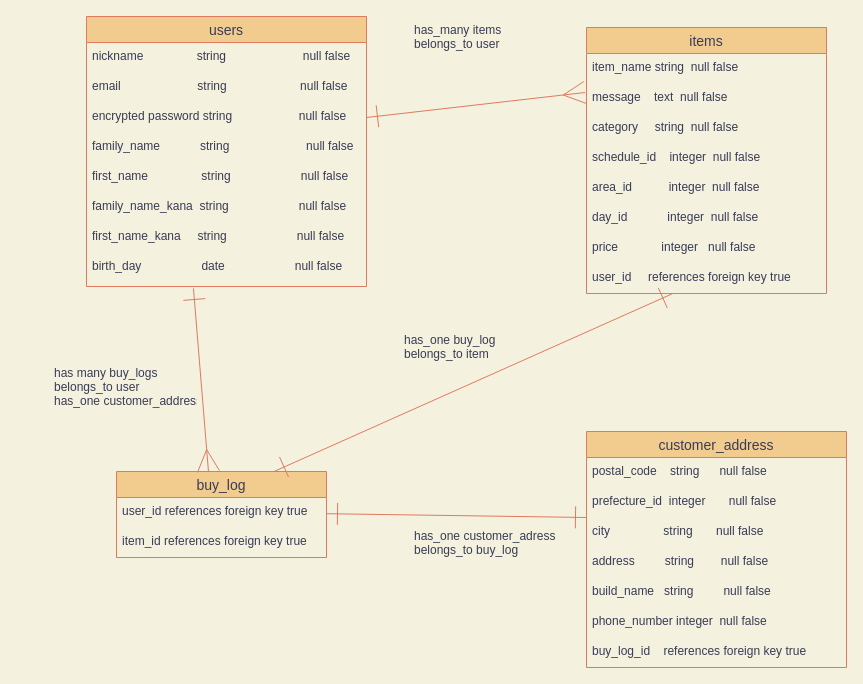
yuyakiso/furima_33001 keeps this draw.io diagram as db.dio. Above is the earlier version. Source tidied: cells renumbered, new cells numbered last; positions are measured from the earlier drawing's top-left corner, leaving out a move shared by most shapes. Both pictures are drawn from the tidied source at 100%, with x=0, y=0 at pixel (16, 16).
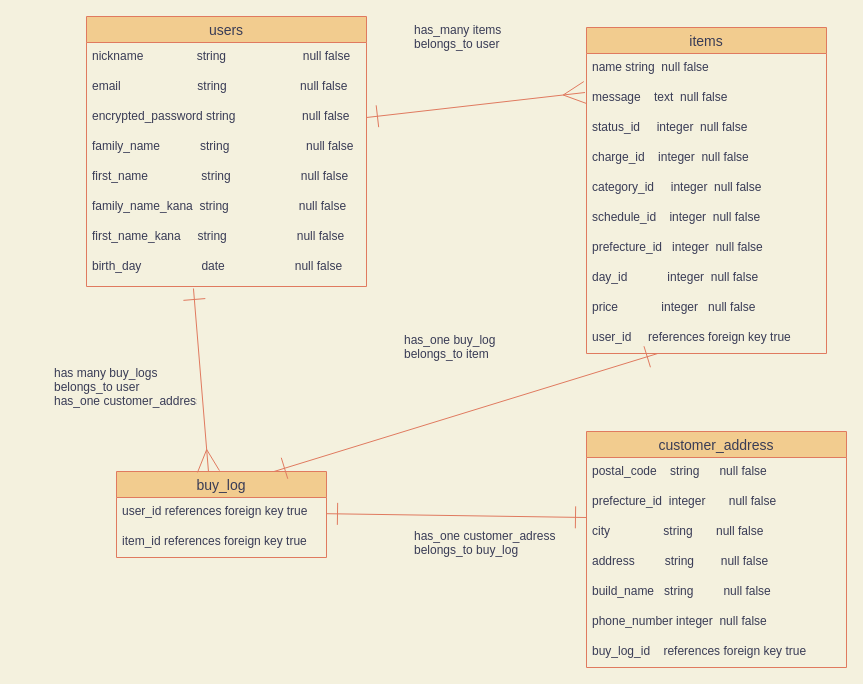
After the change.

Commit message (it also covers changes not shown here):
データベース準備5

The change refers to these unchanged cells:
```xml
<mxCell id="2" value="users" style="swimlane;fontStyle=0;horizontal=1;startSize=26;align=center;fontSize=14;rounded=0;sketch=0;fillColor=#F2CC8F;strokeColor=#E07A5F;fontColor=#393C56;" parent="1" vertex="1">
  <mxGeometry x="70" width="280" height="270" as="geometry" />
</mxCell>
```

What changed in the source:
```diff
@@
-    <mxCell id="5" value="encrypted password string                    null false " style="text;strokeColor=none;fillColor=none;spacingLeft=4;spacingRight=4;overflow=hidden;points=[[0,0.5],[1,0.5]];portConstraint=eastwest;fontSize=12;fontColor=#393C56;" parent="2" vertex="1">
+    <mxCell id="5" value="encrypted_password string                    null false " style="text;strokeColor=none;fillColor=none;spacingLeft=4;spacingRight=4;overflow=hidden;points=[[0,0.5],[1,0.5]];portConstraint=eastwest;fontSize=12;fontColor=#393C56;" parent="2" vertex="1">
       <mxGeometry y="86" width="280" height="30" as="geometry" />
     </mxCell>
@@
     <mxCell id="11" value="items" style="swimlane;fontStyle=0;horizontal=1;startSize=26;align=center;fontSize=14;rounded=0;sketch=0;fillColor=#F2CC8F;strokeColor=#E07A5F;fontColor=#393C56;" parent="1" vertex="1">
-      <mxGeometry x="570" y="11" width="240" height="266" as="geometry" />
+      <mxGeometry x="570" y="11" width="240" height="326" as="geometry" />
     </mxCell>
-    <mxCell id="12" value="item_name string  null false" style="text;strokeColor=none;fillColor=none;spacingLeft=4;spacingRight=4;overflow=hidden;fontSize=12;fontColor=#393C56;" parent="11" vertex="1">
+    <mxCell id="12" value="name string  null false" style="text;strokeColor=none;fillColor=none;spacingLeft=4;spacingRight=4;overflow=hidden;fontSize=12;fontColor=#393C56;" parent="11" vertex="1">
       <mxGeometry y="26" width="240" height="30" as="geometry" />
     </mxCell>
@@
+    <mxCell id="51" value="status_id     integer  null false" style="text;strokeColor=none;fillColor=none;spacingLeft=4;spacingRight=4;overflow=hidden;fontSize=12;fontColor=#393C56;" parent="11" vertex="1">
+      <mxGeometry y="86" width="240" height="30" as="geometry" />
+    </mxCell>
+    <mxCell id="52" value="charge_id    integer  null false" style="text;strokeColor=none;fillColor=none;spacingLeft=4;spacingRight=4;overflow=hidden;fontSize=12;fontColor=#393C56;" parent="11" vertex="1">
+      <mxGeometry y="116" width="240" height="30" as="geometry" />
+    </mxCell>
-    <mxCell id="14" value="category     string  null false" style="text;strokeColor=none;fillColor=none;spacingLeft=4;spacingRight=4;overflow=hidden;fontSize=12;fontColor=#393C56;" parent="11" vertex="1">
-      <mxGeometry y="86" width="240" height="30" as="geometry" />
+    <mxCell id="14" value="category_id     integer  null false" style="text;strokeColor=none;fillColor=none;spacingLeft=4;spacingRight=4;overflow=hidden;fontSize=12;fontColor=#393C56;" parent="11" vertex="1">
+      <mxGeometry y="146" width="240" height="30" as="geometry" />
     </mxCell>
     <mxCell id="15" value="schedule_id    integer  null false" style="text;strokeColor=none;fillColor=none;spacingLeft=4;spacingRight=4;overflow=hidden;fontSize=12;fontColor=#393C56;" parent="11" vertex="1">
-      <mxGeometry y="116" width="240" height="30" as="geometry" />
+      <mxGeometry y="176" width="240" height="30" as="geometry" />
     </mxCell>
-    <mxCell id="16" value="area_id           integer  null false" style="text;strokeColor=none;fillColor=none;spacingLeft=4;spacingRight=4;overflow=hidden;fontSize=12;fontColor=#393C56;" parent="11" vertex="1">
-      <mxGeometry y="146" width="240" height="30" as="geometry" />
+    <mxCell id="16" value="prefecture_id   integer  null false" style="text;strokeColor=none;fillColor=none;spacingLeft=4;spacingRight=4;overflow=hidden;fontSize=12;fontColor=#393C56;" parent="11" vertex="1">
+      <mxGeometry y="206" width="240" height="30" as="geometry" />
     </mxCell>
     <mxCell id="17" value="day_id            integer  null false" style="text;strokeColor=none;fillColor=none;spacingLeft=4;spacingRight=4;overflow=hidden;fontSize=12;fontColor=#393C56;" parent="11" vertex="1">
-      <mxGeometry y="176" width="240" height="30" as="geometry" />
+      <mxGeometry y="236" width="240" height="30" as="geometry" />
     </mxCell>
     <mxCell id="18" value="price             integer   null false" style="text;strokeColor=none;fillColor=none;spacingLeft=4;spacingRight=4;overflow=hidden;fontSize=12;fontColor=#393C56;" parent="11" vertex="1">
-      <mxGeometry y="206" width="240" height="30" as="geometry" />
+      <mxGeometry y="266" width="240" height="30" as="geometry" />
     </mxCell>
     <mxCell id="19" value="user_id     references foreign key true" style="text;strokeColor=none;fillColor=none;spacingLeft=4;spacingRight=4;overflow=hidden;points=[[0,0.5],[1,0.5]];portConstraint=eastwest;fontSize=12;fontColor=#393C56;" parent="11" vertex="1">
-      <mxGeometry y="236" width="240" height="30" as="geometry" />
+      <mxGeometry y="296" width="240" height="30" as="geometry" />
     </mxCell>
```
